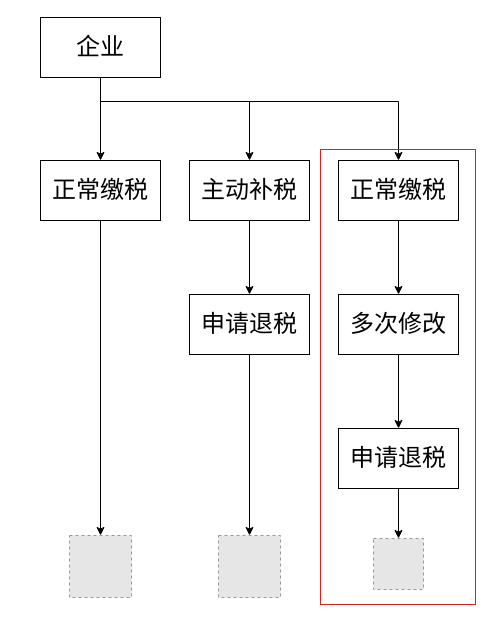
The draw.io diagram 税务.drawio in LiLiJacky/graphData, before the edit. Source tidied: cells renumbered, new cells numbered last; positions are measured from the earlier drawing's top-left corner, leaving out a move shared by most shapes. Both pictures are drawn from the tidied source at 100%, with x=0, y=0 at pixel (40, 17). Pictures stored in the file or linked from it are replaced by grey dashed boxes.
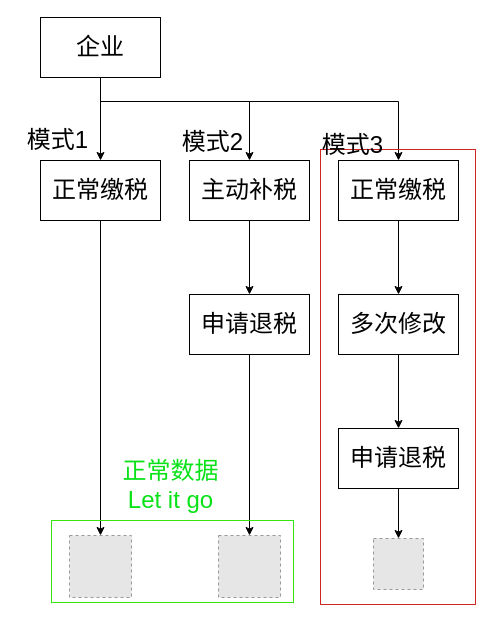
Above is the later version.

The edit, as a diff of the source:
```diff
@@
+    <mxCell id="22" style="rounded=0;whiteSpace=wrap;html=1;fillColor=none;strokeColor=light-dark(#33e60f, #ededed);" parent="1" vertex="1">
+      <mxGeometry x="11" y="503" width="242" height="82" as="geometry" />
+    </mxCell>
+    <mxCell id="23" value="&lt;font style=&quot;font-size: 24px;&quot;&gt;正常数据&lt;/font&gt;&lt;div&gt;&lt;font style=&quot;font-size: 24px;&quot;&gt;Let it go&lt;/font&gt;&lt;/div&gt;" style="text;html=1;align=center;verticalAlign=middle;strokeColor=none;fillColor=none;fontColor=light-dark(#08e217, #ededed);" parent="1" vertex="1">
+      <mxGeometry x="73" y="433" width="114" height="70" as="geometry" />
+    </mxCell>
+    <mxCell id="24" value="&lt;font style=&quot;font-size: 24px;&quot;&gt;模式1&lt;/font&gt;" style="text;html=1;align=center;verticalAlign=middle;strokeColor=none;fillColor=none;" parent="1" vertex="1">
+      <mxGeometry x="-23" y="102" width="79" height="41" as="geometry" />
+    </mxCell>
+    <mxCell id="25" value="&lt;font style=&quot;font-size: 24px;&quot;&gt;模式2&lt;/font&gt;" style="text;html=1;align=center;verticalAlign=middle;strokeColor=none;fillColor=none;" parent="1" vertex="1">
+      <mxGeometry x="132" y="104" width="79" height="41" as="geometry" />
+    </mxCell>
+    <mxCell id="26" value="&lt;font style=&quot;font-size: 24px;&quot;&gt;模式3&lt;/font&gt;" style="text;html=1;align=center;verticalAlign=middle;strokeColor=none;fillColor=none;" parent="1" vertex="1">
+      <mxGeometry x="272" y="107" width="79" height="41" as="geometry" />
+    </mxCell>
```
